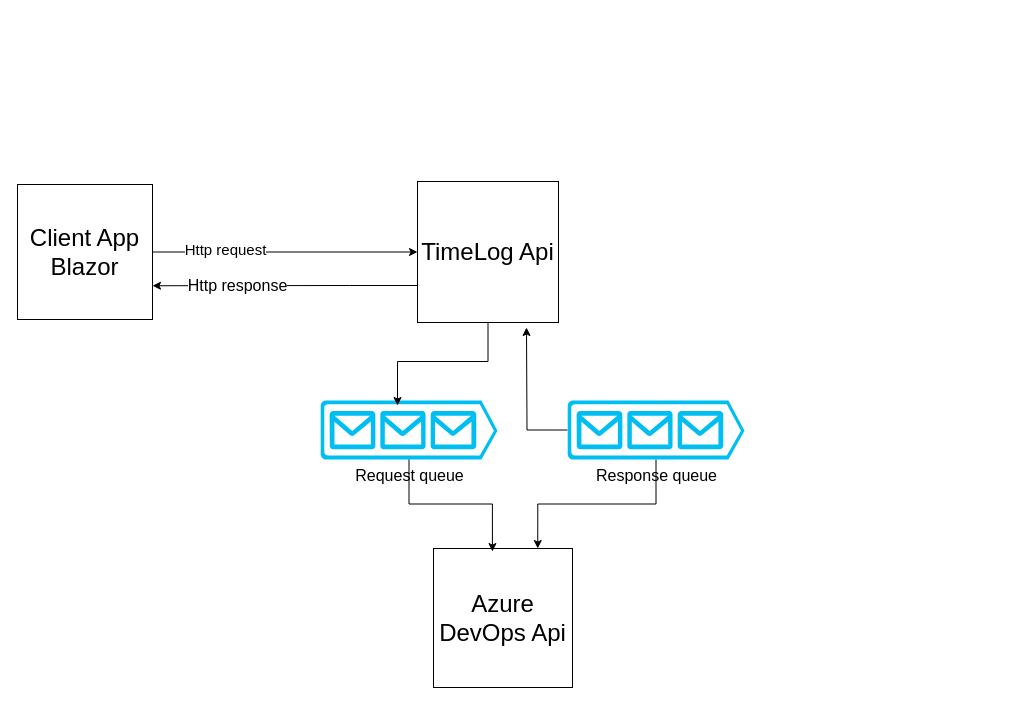
Before: Diagrammes/Logic_Architecture.drawio in TunNetCom/TunNetCom-AionTime, a draw.io diagram. Source tidied: cells renumbered, new cells numbered last; positions are measured from the earlier drawing's top-left corner, leaving out a move shared by most shapes. Both pictures are drawn from the tidied source at 100%, with x=0, y=0 at pixel (17, 181).
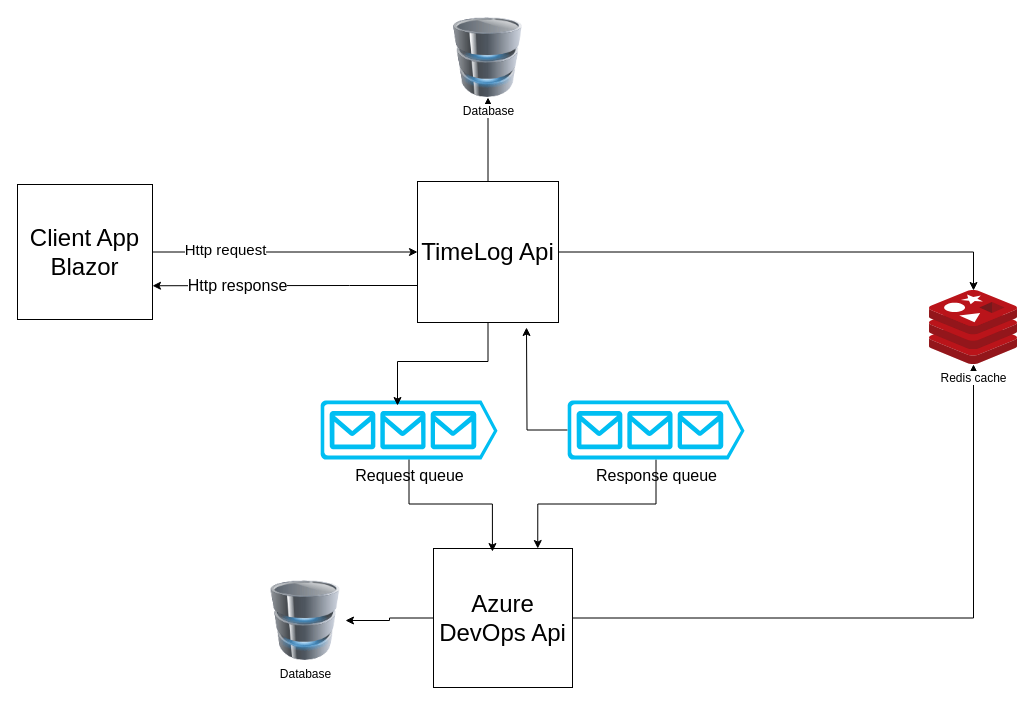
The same page after the edit.

Commit message (it also covers changes not shown here):
Mettre à jour Logic_Architecture.drawio

Unchanged cells that the change refers to:
```xml
<mxCell id="7" value="&lt;font style=&quot;font-size: 24px;&quot;&gt;TimeLog Api&lt;/font&gt;" style="whiteSpace=wrap;html=1;" parent="1" vertex="1">
  <mxGeometry x="400" width="141" height="141" as="geometry" />
</mxCell>
<mxCell id="8" value="&lt;font style=&quot;font-size: 24px;&quot;&gt;Azure DevOps Api&lt;/font&gt;" style="whiteSpace=wrap;html=1;" parent="1" vertex="1">
  <mxGeometry x="416" y="367" width="139" height="139" as="geometry" />
</mxCell>
```

Change to the diagram source:
```diff
@@
+    <mxCell id="15" style="edgeStyle=orthogonalEdgeStyle;rounded=0;jettySize=auto;html=1;" parent="1" edge="1" source="7" target="19">
+      <mxGeometry relative="1" as="geometry" />
+    </mxCell>
+    <mxCell id="16" style="edgeStyle=orthogonalEdgeStyle;rounded=0;jettySize=auto;html=1;" parent="1" edge="1" source="7" target="21">
+      <mxGeometry relative="1" as="geometry">
+        <Array as="points">
+          <mxPoint x="956" y="71" />
+        </Array>
+      </mxGeometry>
+    </mxCell>
@@
+    <mxCell id="17" style="edgeStyle=orthogonalEdgeStyle;rounded=0;jettySize=auto;html=1;" parent="1" edge="1" source="8" target="20">
+      <mxGeometry relative="1" as="geometry" />
+    </mxCell>
+    <mxCell id="18" style="edgeStyle=orthogonalEdgeStyle;rounded=0;jettySize=auto;html=1;" parent="1" edge="1" source="8" target="21">
+      <mxGeometry relative="1" as="geometry" />
+    </mxCell>
@@
+    <mxCell id="19" value="Database" style="image;html=1;image=img/lib/clip_art/computers/Database_128x128.png;" parent="1" vertex="1">
+      <mxGeometry x="430.5" y="-164" width="80" height="80" as="geometry" />
+    </mxCell>
+    <mxCell id="20" value="Database" style="image;html=1;image=img/lib/clip_art/computers/Database_128x128.png;" parent="1" vertex="1">
+      <mxGeometry x="248" y="399" width="80" height="80" as="geometry" />
+    </mxCell>
+    <mxCell id="21" value="Redis cache" style="image;sketch=0;html=1;points=[];align=center;fontSize=12;image=img/lib/mscae/Cache_Redis_Product.svg;" parent="1" vertex="1">
+      <mxGeometry x="912" y="109" width="88" height="73.9" as="geometry" />
+    </mxCell>
```
